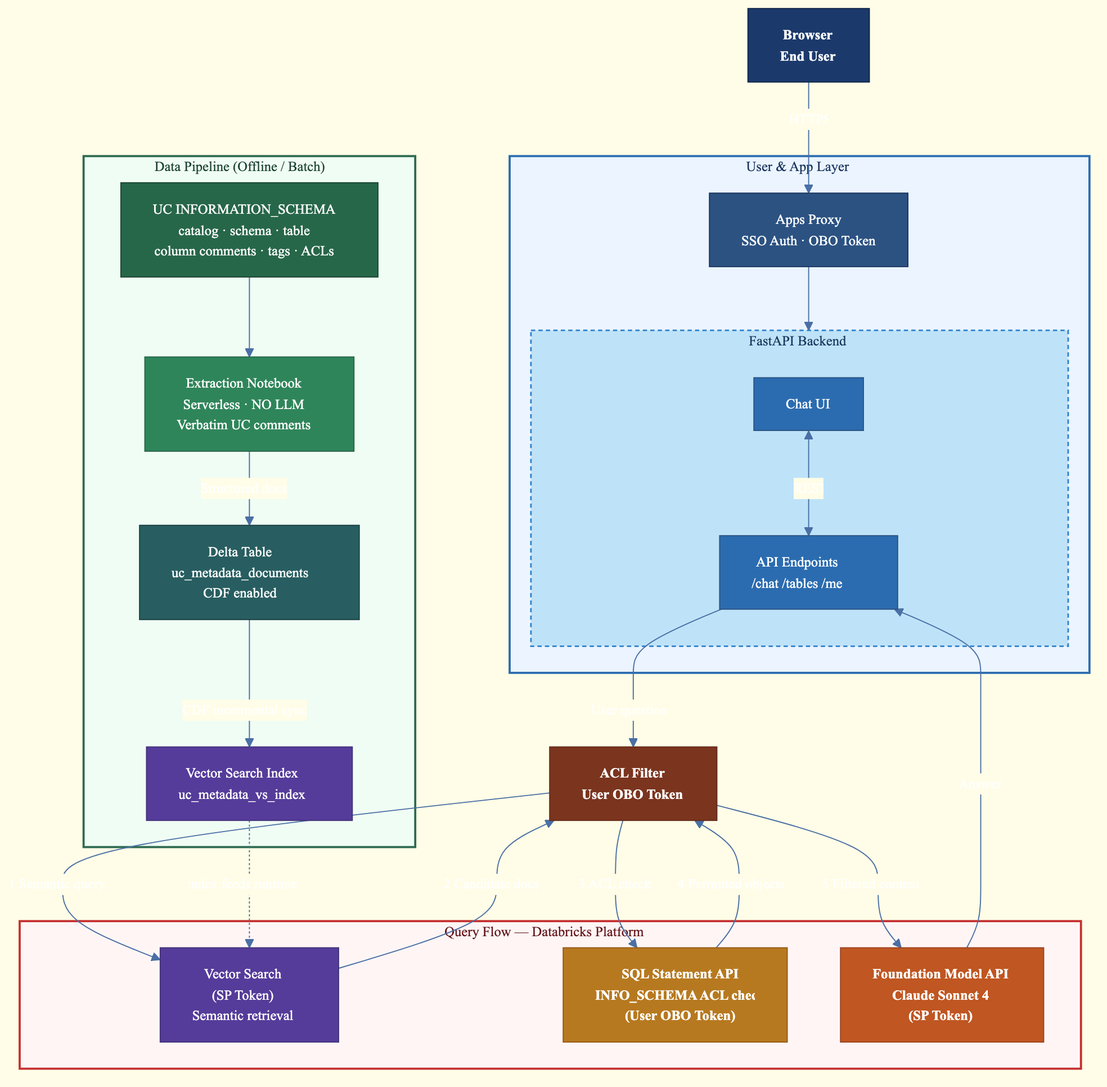
The Mermaid diagram frontend/uc_discovery_agent_arch.png in Jaipats/UnityCatalogInsights, before a commit. Its source is kept beside it as frontend/uc_discovery_agent_arch.mmd.
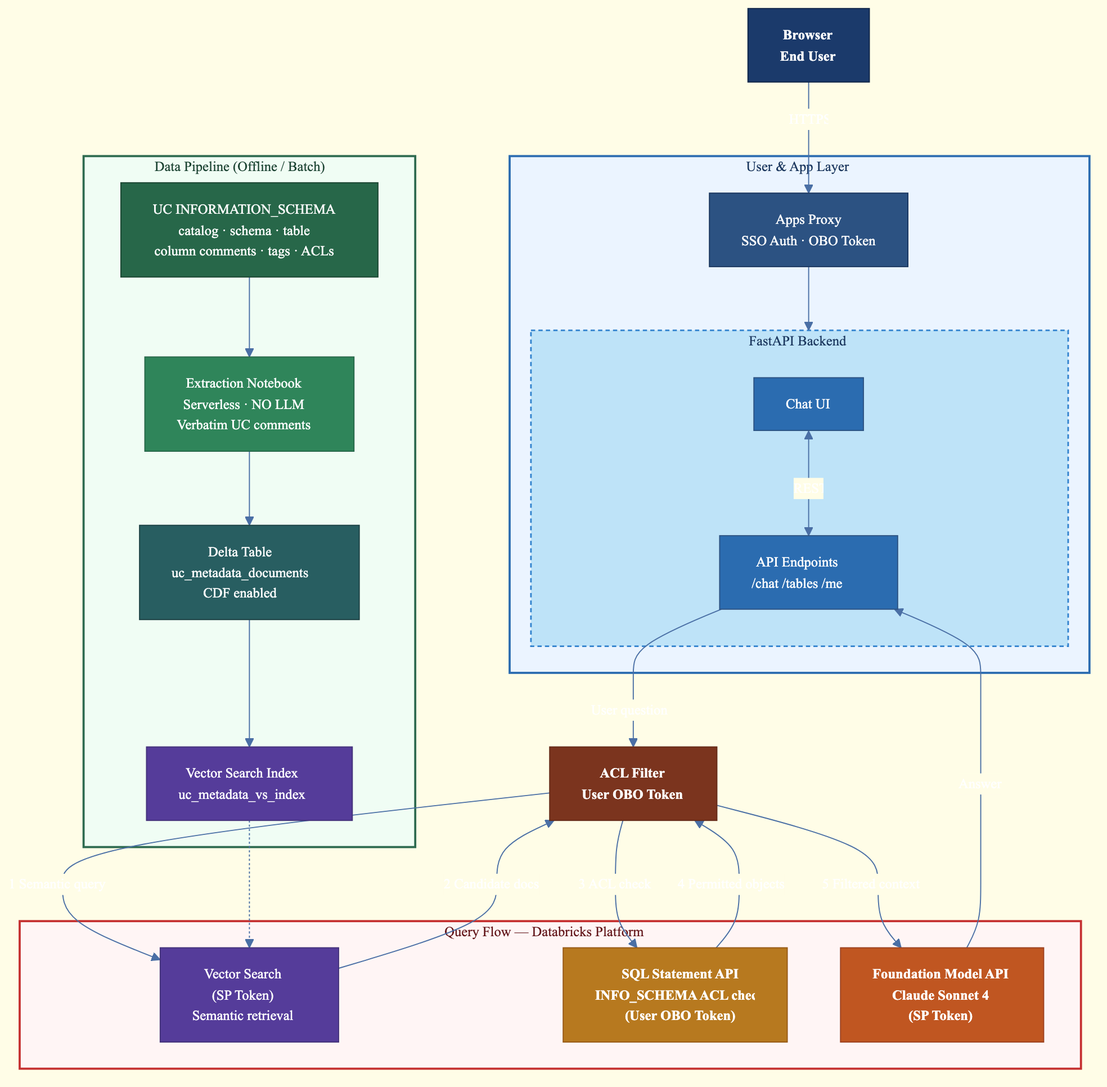
Above is the later version.

Commit message:
Remove empty edge label blocks from architecture diagram

What changed in the source:
```diff
@@ -56,9 +56,9 @@
   end
 
   UC --> NB
-  NB -->|"Structured docs"| DELTA
-  DELTA -->|"CDF incremental sync"| VSIDX
-  VSIDX -.->|"index feeds runtime"| VS
+  NB --> DELTA
+  DELTA --> VSIDX
+  VSIDX -.-> VS
 
   classDef userCls   fill:#1B3A6B,stroke:#0F2548,color:#FFF,font-weight:bold
   classDef proxyCls  fill:#2C5282,stroke:#1A365D,color:#FFF
```
